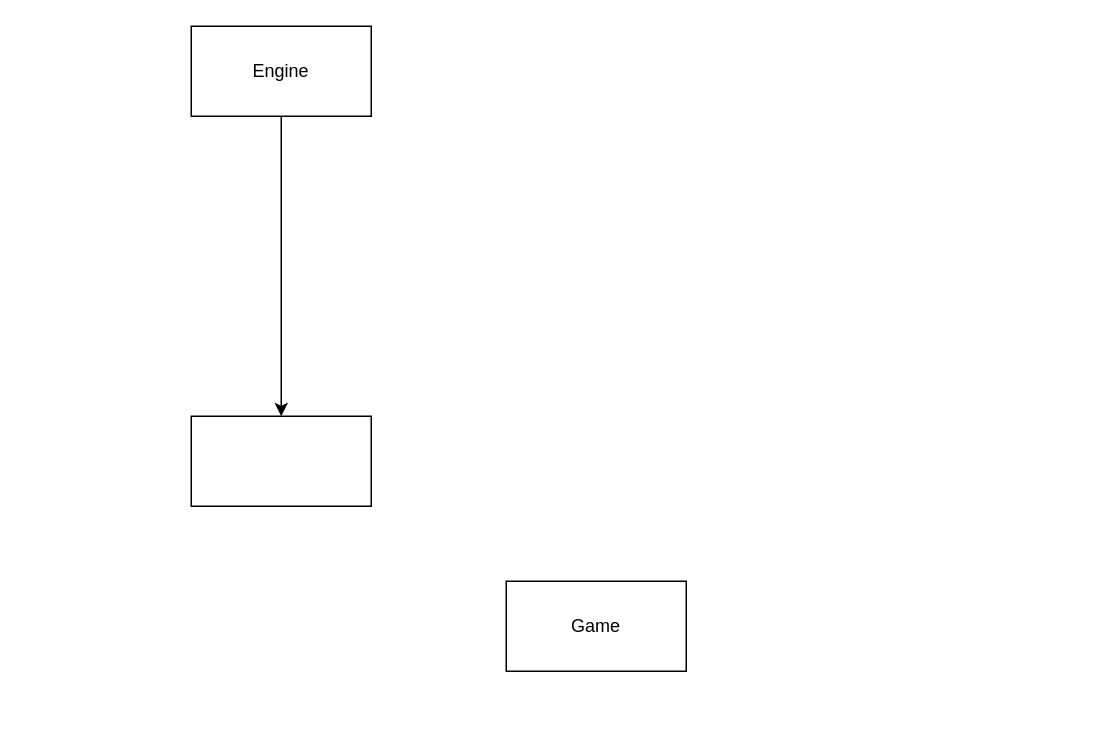
Above: plan.drawio in erdospeet11/the-void-engine (draw.io), before the change. Source tidied: cells renumbered, new cells numbered last; positions are measured from the earlier drawing's top-left corner, leaving out a move shared by most shapes. Both pictures are drawn from the tidied source at 150%, with x=0, y=0 at pixel (190, 26).
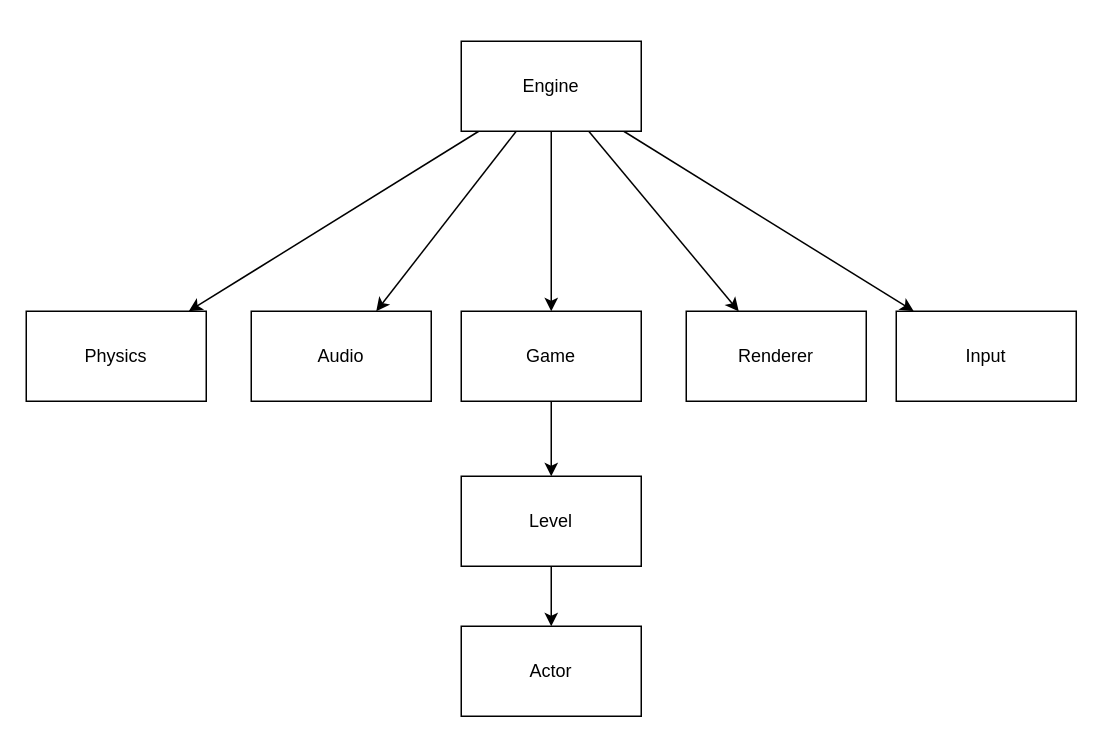
The same page after the edit.

Change to the diagram source:
```diff
@@
 <mxGraphModel>
   <root>
     <mxCell id="0" />
     <mxCell id="1" parent="0" />
-    <mxCell id="2" style="edgeStyle=none;html=1;entryX=0.5;entryY=0;entryDx=0;entryDy=0;" parent="1" edge="1" source="3" target="5">
+    <mxCell id="2" style="edgeStyle=none;html=1;entryX=0.5;entryY=0;entryDx=0;entryDy=0;" parent="1" edge="1" source="3" target="4">
       <mxGeometry relative="1" as="geometry" />
     </mxCell>
+    <mxCell id="6" style="edgeStyle=none;html=1;" parent="1" edge="1" source="3" target="16">
+      <mxGeometry relative="1" as="geometry" />
+    </mxCell>
+    <mxCell id="7" style="edgeStyle=none;html=1;" parent="1" edge="1" source="3" target="15">
+      <mxGeometry relative="1" as="geometry" />
+    </mxCell>
+    <mxCell id="8" style="edgeStyle=none;html=1;" parent="1" edge="1" source="3" target="13">
+      <mxGeometry relative="1" as="geometry" />
+    </mxCell>
+    <mxCell id="9" style="edgeStyle=none;html=1;" parent="1" edge="1" source="3" target="14">
+      <mxGeometry relative="1" as="geometry" />
+    </mxCell>
     <mxCell id="3" value="Engine" style="whiteSpace=wrap;html=1;" parent="1" vertex="1">
-      <mxGeometry width="120" height="60" as="geometry" />
+      <mxGeometry x="180" y="10" width="120" height="60" as="geometry" />
     </mxCell>
+    <mxCell id="5" value="Level" style="whiteSpace=wrap;html=1;" parent="1" vertex="1">
+      <mxGeometry x="180" y="300" width="120" height="60" as="geometry" />
+    </mxCell>
+    <mxCell id="10" style="edgeStyle=none;html=1;" parent="1" edge="1" source="4" target="5">
+      <mxGeometry relative="1" as="geometry" />
+    </mxCell>
+    <mxCell id="11" style="edgeStyle=none;html=1;" parent="1" edge="1" source="5" target="12">
+      <mxGeometry relative="1" as="geometry" />
+    </mxCell>
     <mxCell id="4" value="Game" style="whiteSpace=wrap;html=1;" parent="1" vertex="1">
-      <mxGeometry x="210" y="370" width="120" height="60" as="geometry" />
+      <mxGeometry x="180" y="190" width="120" height="60" as="geometry" />
     </mxCell>
-    <mxCell id="5" style="whiteSpace=wrap;html=1;" parent="1" vertex="1">
-      <mxGeometry y="260" width="120" height="60" as="geometry" />
-    </mxCell>
+    <mxCell id="12" value="Actor" style="whiteSpace=wrap;html=1;" parent="1" vertex="1">
+      <mxGeometry x="180" y="400" width="120" height="60" as="geometry" />
+    </mxCell>
+    <mxCell id="13" value="Renderer" style="whiteSpace=wrap;html=1;" parent="1" vertex="1">
+      <mxGeometry x="330" y="190" width="120" height="60" as="geometry" />
+    </mxCell>
+    <mxCell id="14" value="Input" style="whiteSpace=wrap;html=1;" parent="1" vertex="1">
+      <mxGeometry x="470" y="190" width="120" height="60" as="geometry" />
+    </mxCell>
+    <mxCell id="15" value="Audio" style="whiteSpace=wrap;html=1;" parent="1" vertex="1">
+      <mxGeometry x="40" y="190" width="120" height="60" as="geometry" />
+    </mxCell>
+    <mxCell id="16" value="Physics" style="whiteSpace=wrap;html=1;" parent="1" vertex="1">
+      <mxGeometry x="-110" y="190" width="120" height="60" as="geometry" />
+    </mxCell>
   </root>
 </mxGraphModel>
```
